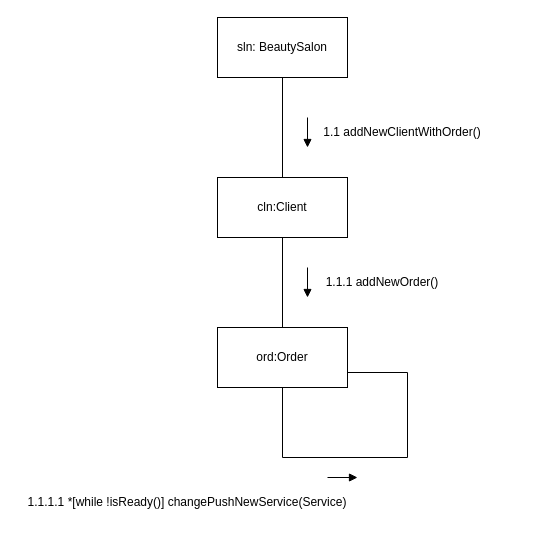
Earlier version of the draw.io diagram communicationsUML.drawio (Artvell3000/umlLab2). Source tidied: cells renumbered, new cells numbered last; positions are measured from the earlier drawing's top-left corner, leaving out a move shared by most shapes. Both pictures are drawn from the tidied source at 100%, with x=0, y=0 at pixel (17, 17).
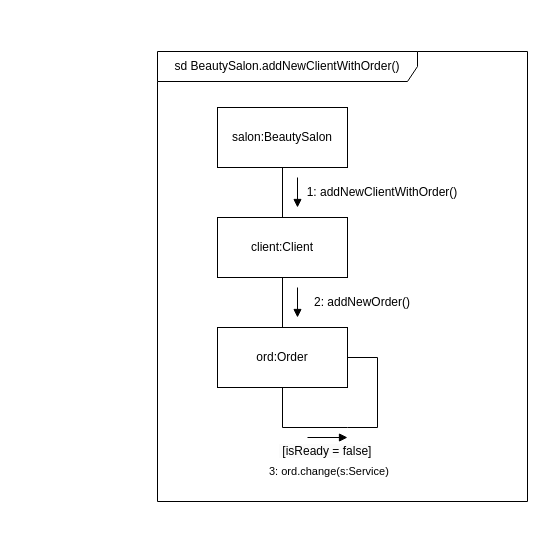
The same page after the edit.

Unchanged cells that the change refers to:
```xml
<mxCell id="4" value="ord:Order" style="rounded=0;whiteSpace=wrap;html=1;" parent="1" vertex="1">
  <mxGeometry x="200" y="310" width="130" height="60" as="geometry" />
</mxCell>
```

Diff of the diagram source:
```diff
@@
-    <mxCell id="2" value="sln: BeautySalon" style="rounded=0;whiteSpace=wrap;html=1;" parent="1" vertex="1">
-      <mxGeometry x="200" width="130" height="60" as="geometry" />
-    </mxCell>
-    <mxCell id="3" value="cln:Client" style="rounded=0;whiteSpace=wrap;html=1;" parent="1" vertex="1">
-      <mxGeometry x="200" y="160" width="130" height="60" as="geometry" />
-    </mxCell>
+    <mxCell id="14" value="salon:BeautySalon" style="rounded=0;whiteSpace=wrap;html=1;" parent="1" vertex="1">
+      <mxGeometry x="200" y="90" width="130" height="60" as="geometry" />
+    </mxCell>
+    <mxCell id="15" value="client:Client" style="rounded=0;whiteSpace=wrap;html=1;" parent="1" vertex="1">
+      <mxGeometry x="200" y="200" width="130" height="60" as="geometry" />
+    </mxCell>
@@
-    <mxCell id="5" style="endArrow=none;html=1;rounded=0;entryX=0.5;entryY=1;entryDx=0;entryDy=0;exitX=0.5;exitY=0;exitDx=0;exitDy=0;" parent="1" edge="1" source="3" target="2">
-      <mxGeometry relative="1" as="geometry" />
-    </mxCell>
-    <mxCell id="6" style="endArrow=none;html=1;rounded=0;entryX=0.5;entryY=1;entryDx=0;entryDy=0;" parent="1" edge="1" source="4" target="3">
-      <mxGeometry relative="1" as="geometry" />
-    </mxCell>
-    <mxCell id="7" style="endArrow=block;endFill=1;html=1;edgeStyle=orthogonalEdgeStyle;align=left;verticalAlign=top;rounded=0;" parent="1" edge="1">
-      <mxGeometry x="-1" relative="1" as="geometry">
-        <mxPoint x="290" y="100" as="sourcePoint" />
-        <mxPoint x="290" y="130" as="targetPoint" />
-      </mxGeometry>
-    </mxCell>
-    <mxCell id="8" style="endArrow=block;endFill=1;html=1;edgeStyle=orthogonalEdgeStyle;align=left;verticalAlign=top;rounded=0;" parent="1" edge="1">
-      <mxGeometry x="-1" relative="1" as="geometry">
-        <mxPoint x="290" y="250" as="sourcePoint" />
-        <mxPoint x="290" y="280" as="targetPoint" />
-      </mxGeometry>
-    </mxCell>
-    <mxCell id="9" value="1.1 addNewClientWithOrder()" style="text;html=1;strokeColor=none;fillColor=none;align=center;verticalAlign=middle;whiteSpace=wrap;rounded=0;" parent="1" vertex="1">
-      <mxGeometry x="290" y="100" width="190" height="30" as="geometry" />
-    </mxCell>
-    <mxCell id="10" value="1.1.1 addNewOrder()" style="text;html=1;strokeColor=none;fillColor=none;align=center;verticalAlign=middle;whiteSpace=wrap;rounded=0;" parent="1" vertex="1">
-      <mxGeometry x="290" y="250" width="150" height="30" as="geometry" />
-    </mxCell>
+    <mxCell id="16" style="endArrow=none;html=1;rounded=0;entryX=0.5;entryY=1;entryDx=0;entryDy=0;exitX=0.5;exitY=0;exitDx=0;exitDy=0;" parent="1" edge="1" source="15" target="14">
+      <mxGeometry relative="1" as="geometry" />
+    </mxCell>
+    <mxCell id="17" style="endArrow=none;html=1;rounded=0;entryX=0.5;entryY=1;entryDx=0;entryDy=0;" parent="1" edge="1" source="4" target="15">
+      <mxGeometry relative="1" as="geometry" />
+    </mxCell>
+    <mxCell id="18" style="endArrow=block;endFill=1;html=1;edgeStyle=orthogonalEdgeStyle;align=left;verticalAlign=top;rounded=0;" parent="1" edge="1">
+      <mxGeometry x="-1" relative="1" as="geometry">
+        <mxPoint x="280" y="160" as="sourcePoint" />
+        <mxPoint x="280" y="190" as="targetPoint" />
+      </mxGeometry>
+    </mxCell>
+    <mxCell id="19" style="endArrow=block;endFill=1;html=1;edgeStyle=orthogonalEdgeStyle;align=left;verticalAlign=top;rounded=0;" parent="1" edge="1">
+      <mxGeometry x="-1" relative="1" as="geometry">
+        <mxPoint x="280" y="270" as="sourcePoint" />
+        <mxPoint x="280" y="300" as="targetPoint" />
+      </mxGeometry>
+    </mxCell>
+    <mxCell id="20" value="1: addNewClientWithOrder()" style="text;html=1;strokeColor=none;fillColor=none;align=center;verticalAlign=middle;whiteSpace=wrap;rounded=0;" parent="1" vertex="1">
+      <mxGeometry x="270" y="160" width="190" height="30" as="geometry" />
+    </mxCell>
+    <mxCell id="21" value="2: addNewOrder()" style="text;html=1;strokeColor=none;fillColor=none;align=center;verticalAlign=middle;whiteSpace=wrap;rounded=0;" parent="1" vertex="1">
+      <mxGeometry x="270" y="270" width="150" height="30" as="geometry" />
+    </mxCell>
-    <mxCell id="11" style="endArrow=none;html=1;rounded=0;entryX=0.5;entryY=1;entryDx=0;entryDy=0;exitX=1;exitY=0.75;exitDx=0;exitDy=0;" parent="1" edge="1" source="4" target="4">
+    <mxCell id="11" style="endArrow=none;html=1;rounded=0;entryX=0.5;entryY=1;entryDx=0;entryDy=0;exitX=1;exitY=0.5;exitDx=0;exitDy=0;" parent="1" edge="1" source="4" target="4">
       <mxGeometry relative="1" as="geometry">
         <Array as="points">
-          <mxPoint x="390" y="355" />
-          <mxPoint x="390" y="440" />
-          <mxPoint x="265" y="440" />
+          <mxPoint x="360" y="340" />
+          <mxPoint x="360" y="410" />
+          <mxPoint x="330" y="410" />
+          <mxPoint x="265" y="410" />
         </Array>
       </mxGeometry>
     </mxCell>
-    <mxCell id="12" style="endArrow=block;endFill=1;html=1;edgeStyle=orthogonalEdgeStyle;align=left;verticalAlign=top;rounded=0;" parent="1" edge="1">
-      <mxGeometry x="-1" relative="1" as="geometry">
-        <mxPoint x="310" y="460" as="sourcePoint" />
-        <mxPoint x="340" y="460" as="targetPoint" />
-      </mxGeometry>
-    </mxCell>
-    <mxCell id="13" value="1.1.1.1 *[while !isReady()] changePushNewService(Service)" style="text;html=1;strokeColor=none;fillColor=none;align=center;verticalAlign=middle;whiteSpace=wrap;rounded=0;" parent="1" vertex="1">
-      <mxGeometry y="470" width="340" height="30" as="geometry" />
-    </mxCell>
+    <mxCell id="22" style="endArrow=block;endFill=1;html=1;edgeStyle=orthogonalEdgeStyle;align=left;verticalAlign=top;rounded=0;" parent="1" edge="1">
+      <mxGeometry x="-1" relative="1" as="geometry">
+        <mxPoint x="290" y="420" as="sourcePoint" />
+        <mxPoint x="330" y="420" as="targetPoint" />
+      </mxGeometry>
+    </mxCell>
+    <mxCell id="23" value="&lt;span style=&quot;color: rgb(0, 0, 0); font-family: Helvetica; font-size: 12px; font-style: normal; font-variant-ligatures: normal; font-variant-caps: normal; font-weight: 400; letter-spacing: normal; orphans: 2; text-align: center; text-indent: 0px; text-transform: none; widows: 2; word-spacing: 0px; -webkit-text-stroke-width: 0px; background-color: rgb(251, 251, 251); text-decoration-thickness: initial; text-decoration-style: initial; text-decoration-color: initial; float: none; display: inline !important;&quot;&gt;&lt;span&gt;&amp;nbsp;&lt;/span&gt;[isReady = false]&lt;/span&gt;" style="text;whiteSpace=wrap;html=1;" parent="1" vertex="1">
+      <mxGeometry x="260" y="420" width="150" height="40" as="geometry" />
+    </mxCell>
+    <mxCell id="24" value="&lt;span style=&quot;color: rgb(0, 0, 0); font-family: Helvetica; font-size: 11px; font-style: normal; font-variant-ligatures: normal; font-variant-caps: normal; font-weight: 400; letter-spacing: normal; orphans: 2; text-align: left; text-indent: 0px; text-transform: none; widows: 2; word-spacing: 0px; -webkit-text-stroke-width: 0px; background-color: rgb(255, 255, 255); text-decoration-thickness: initial; text-decoration-style: initial; text-decoration-color: initial; float: none; display: inline !important;&quot;&gt;3: ord.change(s:Service)&lt;/span&gt;" style="text;whiteSpace=wrap;html=1;" parent="1" vertex="1">
+      <mxGeometry x="250" y="440" width="150" height="40" as="geometry" />
+    </mxCell>
+    <mxCell id="25" value="sd BeautySalon.&lt;span style=&quot;border-color: var(--border-color); text-align: left;&quot;&gt;addNewClientWithOrder&lt;/span&gt;()" style="shape=umlFrame;whiteSpace=wrap;html=1;width=260;height=30;" parent="1" vertex="1">
+      <mxGeometry x="140" y="34" width="370" height="450" as="geometry" />
+    </mxCell>
```
